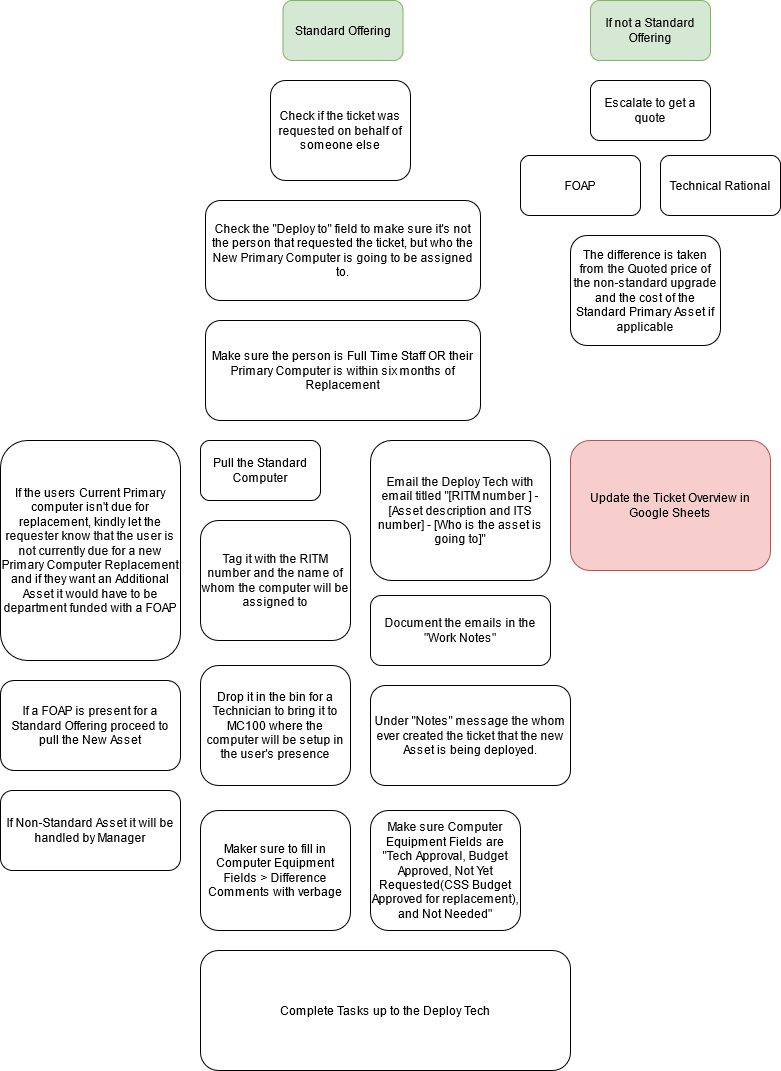
This is Untitled Diagram.drawio.png from KevinWongCS/USFUSF, a draw.io export, as it was before one commit. Source tidied: cells renumbered, new cells last; positions are measured from the earlier drawing's top-left corner, leaving out a move shared by most shapes.
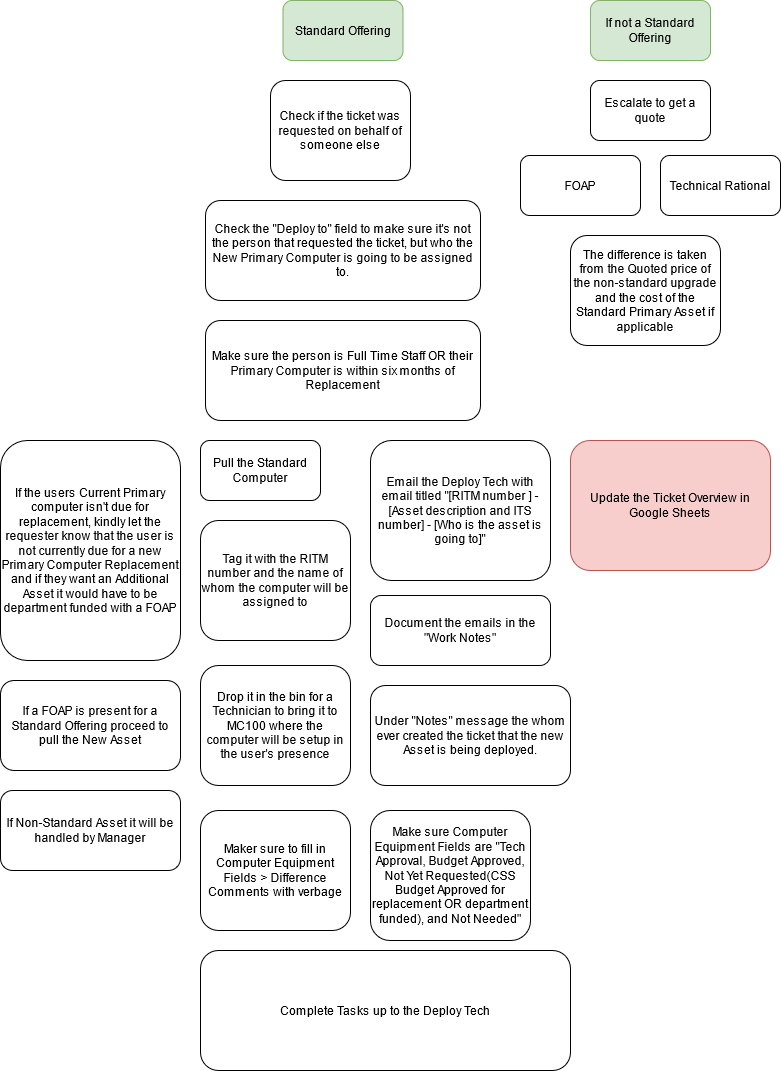
The same diagram one commit later.

The edit, as a diff of the source:
```diff
@@ -65,8 +65,8 @@
     <mxCell id="22" value="Maker sure to fill in Computer Equipment Fields &amp;gt; Difference Comments with verbage" style="rounded=1;whiteSpace=wrap;html=1;" parent="1" vertex="1">
       <mxGeometry x="200" y="810" width="150" height="120" as="geometry" />
     </mxCell>
-    <mxCell id="23" value="Make sure Computer Equipment Fields are &quot;Tech Approval, Budget Approved, Not Yet Requested(CSS Budget Approved for replacement), and Not Needed&quot;" style="rounded=1;whiteSpace=wrap;html=1;" parent="1" vertex="1">
-      <mxGeometry x="370" y="810" width="150" height="120" as="geometry" />
+    <mxCell id="23" value="Make sure Computer Equipment Fields are &quot;Tech Approval, Budget Approved, Not Yet Requested(CSS Budget Approved for replacement OR department funded), and Not Needed&quot;" style="rounded=1;whiteSpace=wrap;html=1;" parent="1" vertex="1">
+      <mxGeometry x="370" y="810" width="160" height="130" as="geometry" />
     </mxCell>
   </root>
 </mxGraphModel>
```
